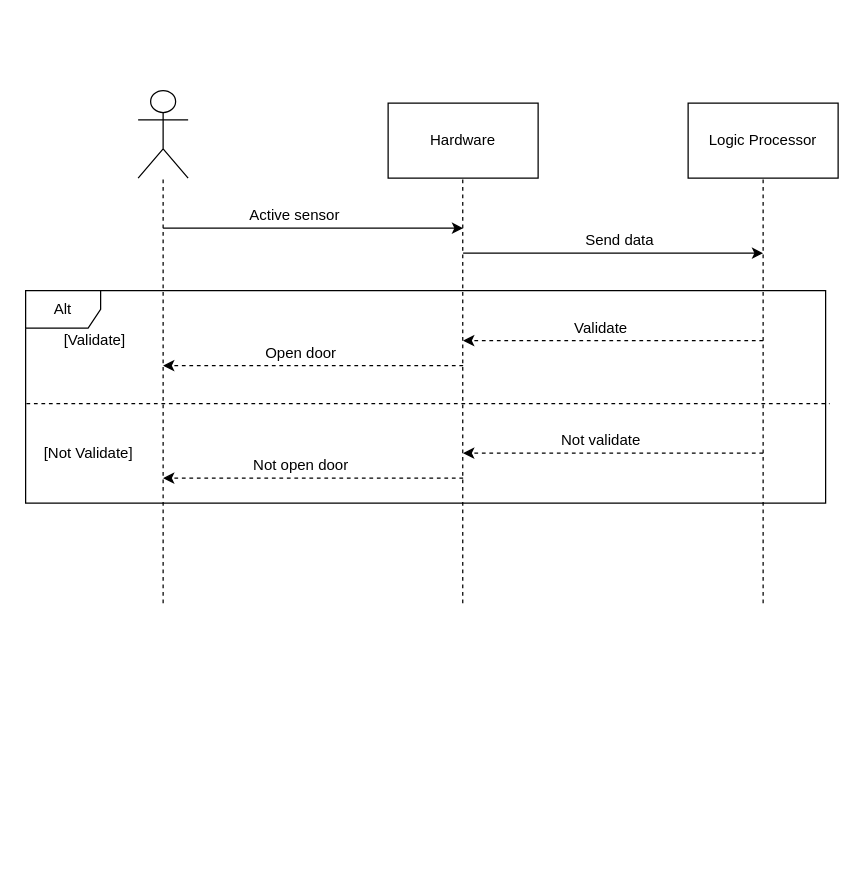
This is Hardware-User.drawio from nmhieu054/MeowbiteR, a draw.io file, before an edit. Source tidied: cells renumbered, new cells numbered last; positions are measured from the earlier drawing's top-left corner, leaving out a move shared by most shapes. Both pictures are drawn from the tidied source at 125%, with x=0, y=0 at pixel (25, 90).
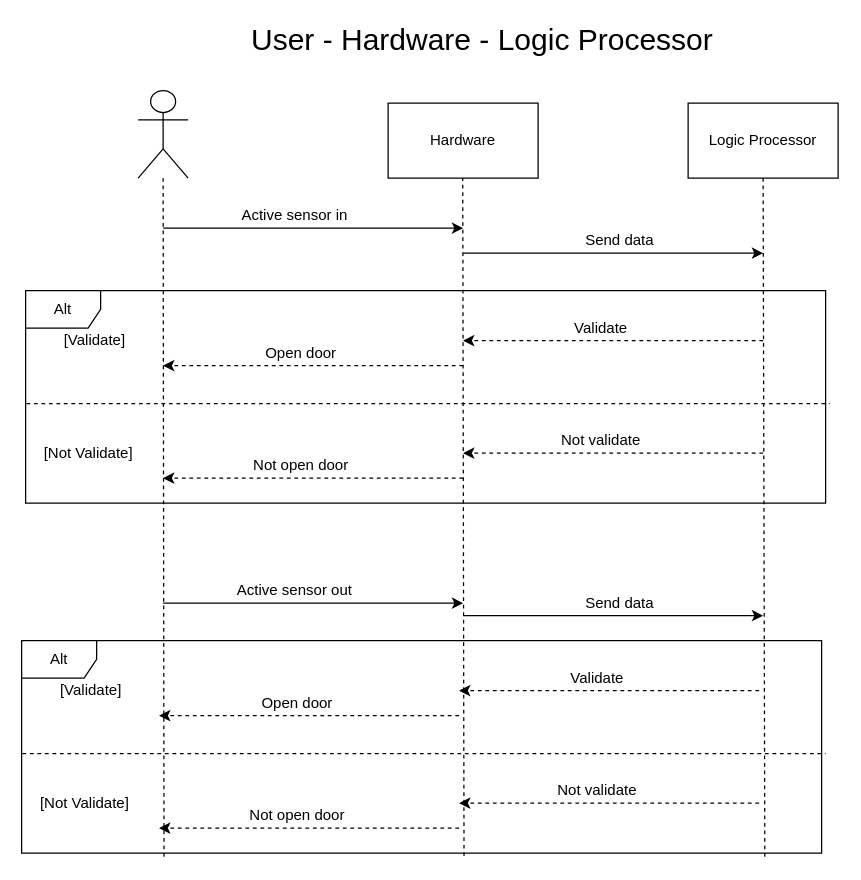
The same diagram, later.

Diff of the diagram source:
```diff
@@
-    <mxCell id="4" style="endArrow=none;dashed=1;html=1;" parent="1" edge="1">
+    <mxCell id="4" style="endArrow=none;dashed=1;html=1;exitX=0.178;exitY=1.017;exitDx=0;exitDy=0;exitPerimeter=0;" parent="1" edge="1" source="29">
       <mxGeometry relative="1" as="geometry">
-        <mxPoint x="110" y="410" as="sourcePoint" />
         <mxPoint x="110" y="70" as="targetPoint" />
       </mxGeometry>
     </mxCell>
-    <mxCell id="5" style="endArrow=none;dashed=1;html=1;" parent="1" edge="1">
+    <mxCell id="5" style="endArrow=none;dashed=1;html=1;exitX=0.553;exitY=1.014;exitDx=0;exitDy=0;exitPerimeter=0;" parent="1" edge="1" source="29">
       <mxGeometry relative="1" as="geometry">
-        <mxPoint x="349.7" y="410" as="sourcePoint" />
         <mxPoint x="349.7" y="70" as="targetPoint" />
       </mxGeometry>
     </mxCell>
-    <mxCell id="6" style="endArrow=none;dashed=1;html=1;" parent="1" edge="1">
+    <mxCell id="6" style="endArrow=none;dashed=1;html=1;exitX=0.929;exitY=1.017;exitDx=0;exitDy=0;exitPerimeter=0;" parent="1" edge="1" source="29">
       <mxGeometry relative="1" as="geometry">
-        <mxPoint x="590" y="410" as="sourcePoint" />
         <mxPoint x="590" y="70" as="targetPoint" />
       </mxGeometry>
     </mxCell>
@@
-    <mxCell id="9" value="Active sensor" style="text;html=1;align=center;verticalAlign=middle;" parent="1" vertex="1">
-      <mxGeometry x="170" y="90" width="90" height="20" as="geometry" />
+    <mxCell id="9" value="Active sensor in" style="text;html=1;align=center;verticalAlign=middle;" parent="1" vertex="1">
+      <mxGeometry x="165" y="90" width="100" height="20" as="geometry" />
     </mxCell>
@@
+    <mxCell id="24" style="endArrow=classic;html=1;" parent="1" edge="1">
+      <mxGeometry relative="1" as="geometry">
+        <mxPoint x="110" y="410" as="sourcePoint" />
+        <mxPoint x="350" y="410" as="targetPoint" />
+      </mxGeometry>
+    </mxCell>
+    <mxCell id="25" value="Active sensor out" style="text;html=1;align=center;verticalAlign=middle;" parent="1" vertex="1">
+      <mxGeometry x="160" y="390" width="110" height="20" as="geometry" />
+    </mxCell>
+    <mxCell id="26" style="endArrow=classic;html=1;" parent="1" edge="1">
+      <mxGeometry relative="1" as="geometry">
+        <mxPoint x="350" y="420" as="sourcePoint" />
+        <mxPoint x="590" y="420" as="targetPoint" />
+      </mxGeometry>
+    </mxCell>
+    <mxCell id="27" value="Send data" style="text;html=1;align=center;verticalAlign=middle;" parent="1" vertex="1">
+      <mxGeometry x="440" y="400" width="70" height="20" as="geometry" />
+    </mxCell>
+    <mxCell id="28" style="endArrow=classic;html=1;dashed=1;" parent="1" edge="1">
+      <mxGeometry relative="1" as="geometry">
+        <mxPoint x="586.8" y="480" as="sourcePoint" />
+        <mxPoint x="346.8" y="480" as="targetPoint" />
+      </mxGeometry>
+    </mxCell>
+    <mxCell id="29" value="Alt" style="shape=umlFrame;whiteSpace=wrap;html=1;fillColor=none;" parent="1" vertex="1">
+      <mxGeometry x="-3.2" y="440" width="640" height="170" as="geometry" />
+    </mxCell>
+    <mxCell id="30" value="Validate" style="text;html=1;align=center;verticalAlign=middle;" parent="1" vertex="1">
+      <mxGeometry x="426.8" y="460" width="60" height="20" as="geometry" />
+    </mxCell>
+    <mxCell id="31" style="endArrow=classic;html=1;dashed=1;" parent="1" edge="1">
+      <mxGeometry relative="1" as="geometry">
+        <mxPoint x="346.8" y="500" as="sourcePoint" />
+        <mxPoint x="106.8" y="500" as="targetPoint" />
+      </mxGeometry>
+    </mxCell>
+    <mxCell id="32" value="Open door" style="text;html=1;align=center;verticalAlign=middle;" parent="1" vertex="1">
+      <mxGeometry x="181.8" y="480" width="70" height="20" as="geometry" />
+    </mxCell>
+    <mxCell id="33" style="endArrow=classic;html=1;dashed=1;" parent="1" edge="1">
+      <mxGeometry relative="1" as="geometry">
+        <mxPoint x="586.8" y="570" as="sourcePoint" />
+        <mxPoint x="346.8" y="570" as="targetPoint" />
+      </mxGeometry>
+    </mxCell>
+    <mxCell id="34" value="Not validate" style="text;html=1;align=center;verticalAlign=middle;" parent="1" vertex="1">
+      <mxGeometry x="416.8" y="550" width="80" height="20" as="geometry" />
+    </mxCell>
+    <mxCell id="35" style="endArrow=classic;html=1;dashed=1;" parent="1" edge="1">
+      <mxGeometry relative="1" as="geometry">
+        <mxPoint x="346.8" y="590" as="sourcePoint" />
+        <mxPoint x="106.8" y="590" as="targetPoint" />
+      </mxGeometry>
+    </mxCell>
+    <mxCell id="36" value="Not open door" style="text;html=1;align=center;verticalAlign=middle;" parent="1" vertex="1">
+      <mxGeometry x="171.8" y="570" width="90" height="20" as="geometry" />
+    </mxCell>
+    <mxCell id="37" style="endArrow=none;dashed=1;html=1;exitX=0.001;exitY=0.532;exitDx=0;exitDy=0;exitPerimeter=0;entryX=1.005;entryY=0.532;entryDx=0;entryDy=0;entryPerimeter=0;" parent="1" edge="1" source="29" target="29">
+      <mxGeometry relative="1" as="geometry" />
+    </mxCell>
+    <mxCell id="38" value="[Validate]" style="text;html=1;align=center;verticalAlign=middle;" parent="1" vertex="1">
+      <mxGeometry x="21.8" y="470" width="60" height="20" as="geometry" />
+    </mxCell>
+    <mxCell id="39" value="[Not Validate]" style="text;html=1;align=center;verticalAlign=middle;" parent="1" vertex="1">
+      <mxGeometry x="1.8" y="560" width="90" height="20" as="geometry" />
+    </mxCell>
+    <mxCell id="40" value="User - Hardware - Logic Processor" style="text;html=1;align=center;verticalAlign=middle;fontSize=24;" parent="1" vertex="1">
+      <mxGeometry x="175" y="-55" width="380" height="30" as="geometry" />
+    </mxCell>
```
